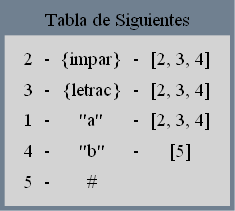
parguet/OLC1_Proyecto1_202010751 keeps this Graphviz diagram as Proyecto1/reportes/siguientes_202010751/Tabla1.png. Above is the earlier version. Its source is kept beside it as Proyecto1/reportes/siguientes_202010751/Tabla1.dot. Source of this version:
```dot
digraph G {
bgcolor="slategrey" label="Tabla de Siguientes"layout=dot
labelloc = "t"edge [weigth=1000  color=darkgreen  arrowtail="open" arrowhead="open"]
node[shape=box, style="filled", color=lightgrey];
a0 [label=<
<TABLE><TR><TD>2</TD>
  <TD>-</TD>
  <TD>{impar}</TD>
  <TD>-</TD>
  <TD>[2, 3, 4]</TD>
  </TR><TR><TD>3</TD>
  <TD>-</TD>
  <TD>{letrac}</TD>
  <TD>-</TD>
  <TD>[2, 3, 4]</TD>
  </TR><TR><TD>1</TD>
  <TD>-</TD>
  <TD>"a"</TD>
  <TD>-</TD>
  <TD>[2, 3, 4]</TD>
  </TR><TR><TD>4</TD>
  <TD>-</TD>
  <TD>"b"</TD>
  <TD>-</TD>
  <TD>[5]</TD>
  </TR><TR><TD>5</TD>
  <TD>-</TD>
  <TD>#</TD>
  </TR></TABLE>>];}
```
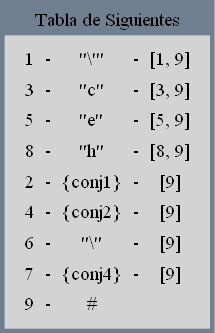
After the change.

What changed in the source:
```diff
@@ -3,27 +3,47 @@
 labelloc = "t"edge [weigth=1000  color=darkgreen  arrowtail="open" arrowhead="open"]
 node[shape=box, style="filled", color=lightgrey];
 a0 [label=<
-<TABLE><TR><TD>2</TD>
+<TABLE><TR><TD>1</TD>
   <TD>-</TD>
-  <TD>{impar}</TD>
+  <TD>"\'"</TD>
   <TD>-</TD>
-  <TD>[2, 3, 4]</TD>
+  <TD>[1, 9]</TD>
   </TR><TR><TD>3</TD>
   <TD>-</TD>
-  <TD>{letrac}</TD>
+  <TD>"c"</TD>
   <TD>-</TD>
-  <TD>[2, 3, 4]</TD>
-  </TR><TR><TD>1</TD>
+  <TD>[3, 9]</TD>
+  </TR><TR><TD>5</TD>
   <TD>-</TD>
-  <TD>"a"</TD>
+  <TD>"e"</TD>
   <TD>-</TD>
-  <TD>[2, 3, 4]</TD>
+  <TD>[5, 9]</TD>
+  </TR><TR><TD>8</TD>
+  <TD>-</TD>
+  <TD>"h"</TD>
+  <TD>-</TD>
+  <TD>[8, 9]</TD>
+  </TR><TR><TD>2</TD>
+  <TD>-</TD>
+  <TD>{conj1}</TD>
+  <TD>-</TD>
+  <TD>[9]</TD>
   </TR><TR><TD>4</TD>
   <TD>-</TD>
-  <TD>"b"</TD>
+  <TD>{conj2}</TD>
   <TD>-</TD>
-  <TD>[5]</TD>
-  </TR><TR><TD>5</TD>
+  <TD>[9]</TD>
+  </TR><TR><TD>6</TD>
+  <TD>-</TD>
+  <TD>"\"</TD>
+  <TD>-</TD>
+  <TD>[9]</TD>
+  </TR><TR><TD>7</TD>
+  <TD>-</TD>
+  <TD>{conj4}</TD>
+  <TD>-</TD>
+  <TD>[9]</TD>
+  </TR><TR><TD>9</TD>
   <TD>-</TD>
   <TD>#</TD>
   </TR></TABLE>>];}
```
